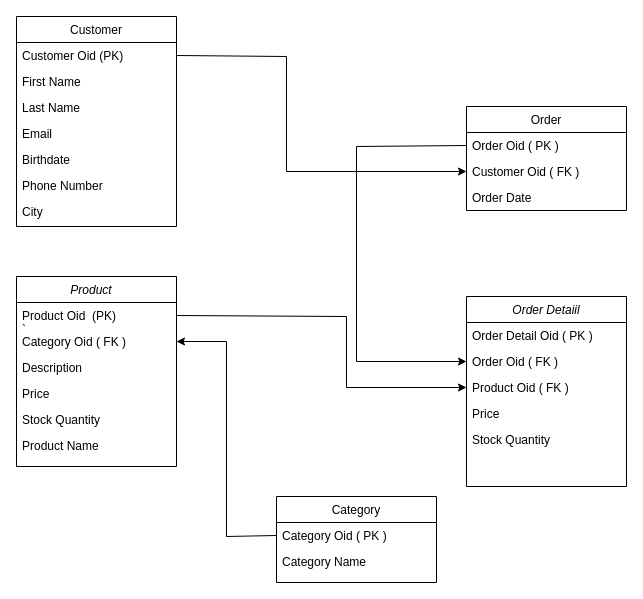
This is AssetManagementRetail.drawio from arizzadamm/AssetManagementRetail, a draw.io file, before an edit. Source tidied: cells renumbered, new cells numbered last; positions are measured from the earlier drawing's top-left corner, leaving out a move shared by most shapes. Both pictures are drawn from the tidied source at 100%, with x=0, y=0 at pixel (16, 16).
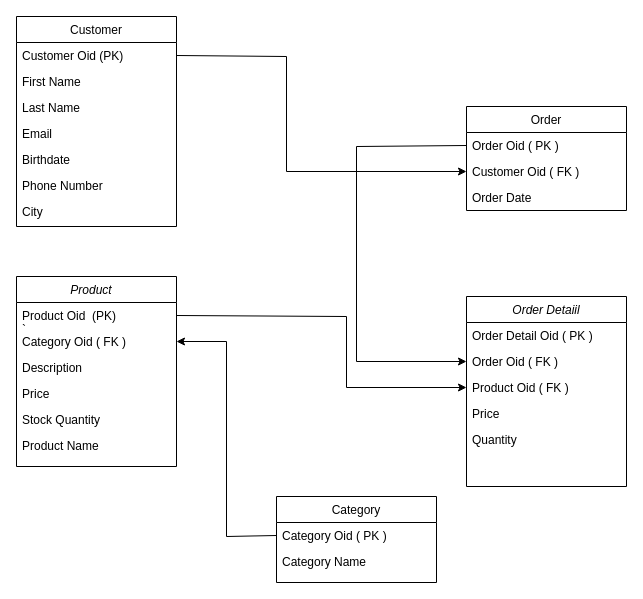
Above is the later version.

Unchanged cells that the change refers to:
```xml
<mxCell id="24" value="Order Detaiil" style="swimlane;fontStyle=2;align=center;verticalAlign=top;horizontal=1;startSize=26;rounded=0;shadow=0;strokeWidth=1;" parent="1" vertex="1">
  <mxGeometry x="450" y="280" width="160" height="190" as="geometry" />
</mxCell>
```

Change to the diagram source:
```diff
@@
-    <mxCell id="29" value="Stock Quantity" style="text;align=left;verticalAlign=top;spacingLeft=4;spacingRight=4;overflow=hidden;rounded=0;shadow=0;html=0;" parent="24" vertex="1">
+    <mxCell id="29" value="Quantity" style="text;align=left;verticalAlign=top;spacingLeft=4;spacingRight=4;overflow=hidden;rounded=0;shadow=0;html=0;" parent="24" vertex="1">
       <mxGeometry y="130" width="160" height="26" as="geometry" />
     </mxCell>
```
